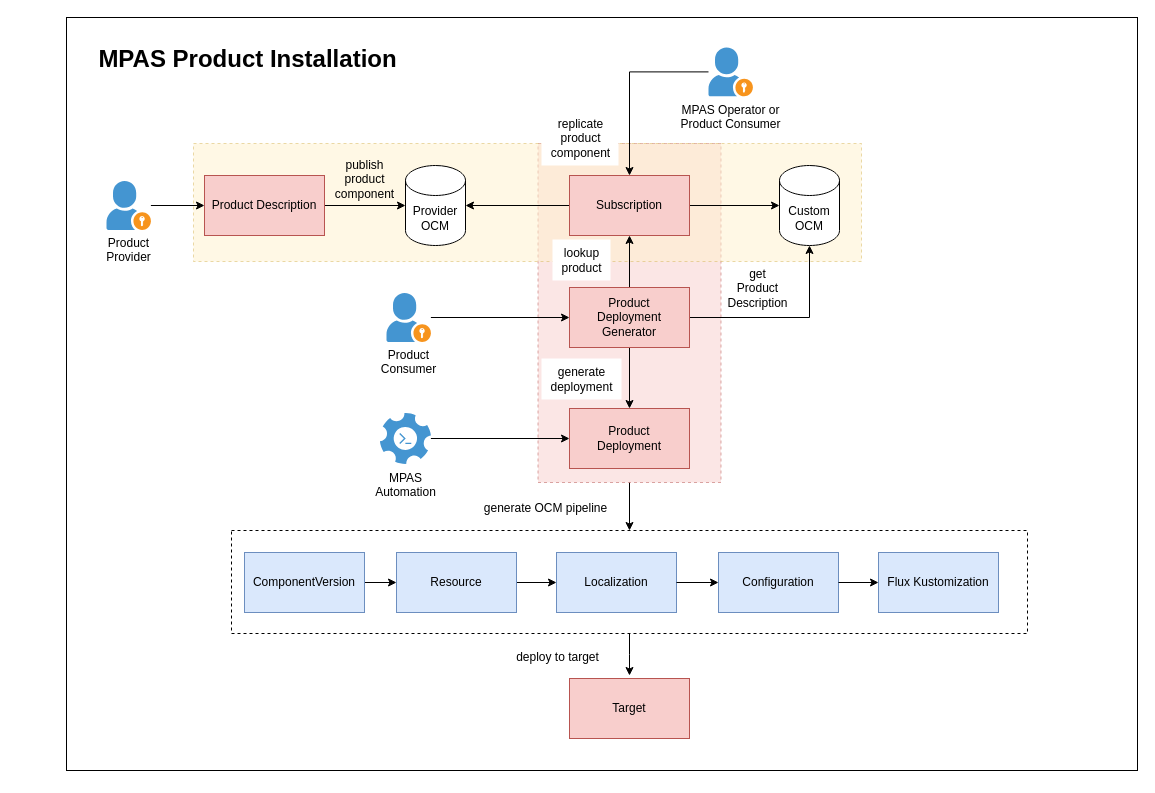
This is page "Product Installation High-level" (3 of 6) of docs/concepts/diagrams/mpas_architecture.drawio from open-component-model/MPAS, a draw.io file, before an edit. Source tidied: cells renumbered, new cells numbered last; positions are measured from the earlier drawing's top-left corner, leaving out a move shared by most shapes. Both pictures are drawn from the tidied source at 100%, with x=0, y=0 at pixel (66, 17).
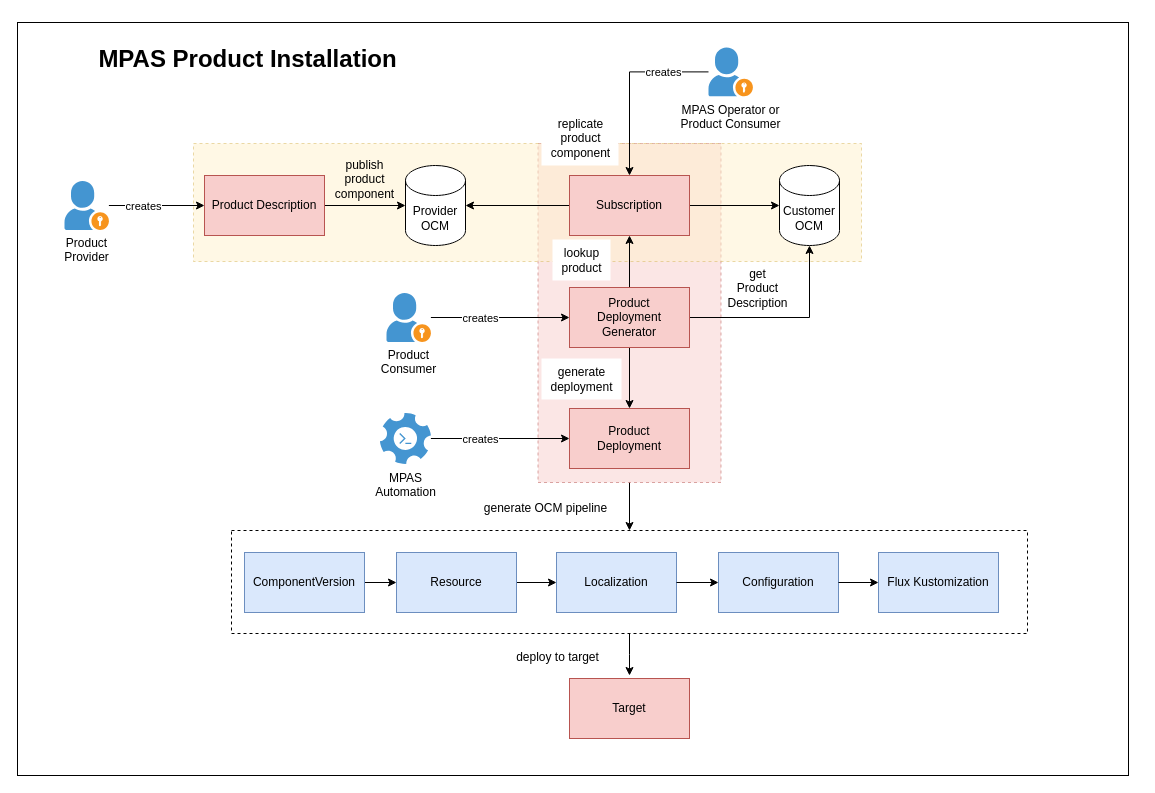
The same diagram, later.

Unchanged cells that the change refers to:
```xml
<mxCell id="8" value="Product Description" style="rounded=0;whiteSpace=wrap;html=1;fillColor=#f8cecc;strokeColor=#b85450;" parent="1" vertex="1">
  <mxGeometry x="138" y="158" width="120" height="60" as="geometry" />
</mxCell>
<mxCell id="27" style="edgeStyle=orthogonalEdgeStyle;rounded=0;jettySize=auto;html=1;" parent="1" edge="1" source="28" target="17">
  <mxGeometry relative="1" as="geometry" />
</mxCell>
<mxCell id="29" style="edgeStyle=orthogonalEdgeStyle;rounded=0;jettySize=auto;html=1;" parent="1" edge="1" source="30" target="18">
  <mxGeometry relative="1" as="geometry" />
</mxCell>
<mxCell id="31" style="edgeStyle=orthogonalEdgeStyle;rounded=0;jettySize=auto;html=1;" parent="1" edge="1" source="32" target="11">
  <mxGeometry relative="1" as="geometry" />
</mxCell>
```

Diff of the diagram source:
```diff
@@
     <mxCell id="2" style="rounded=0;whiteSpace=wrap;html=1;" parent="1" vertex="1">
-      <mxGeometry width="1071" height="753" as="geometry" />
+      <mxGeometry x="-49" y="5" width="1111" height="753" as="geometry" />
     </mxCell>
@@
-    <mxCell id="13" value="Custom&lt;br&gt;OCM" style="shape=cylinder3;whiteSpace=wrap;html=1;boundedLbl=1;backgroundOutline=1;size=15;" parent="1" vertex="1">
+    <mxCell id="13" value="Customer&lt;br&gt;OCM" style="shape=cylinder3;whiteSpace=wrap;html=1;boundedLbl=1;backgroundOutline=1;size=15;" parent="1" vertex="1">
       <mxGeometry x="713" y="148" width="60" height="80" as="geometry" />
     </mxCell>
@@
     <mxCell id="25" style="edgeStyle=orthogonalEdgeStyle;rounded=0;jettySize=auto;html=1;" parent="1" edge="1" source="26" target="8">
-      <mxGeometry relative="1" as="geometry" />
+      <mxGeometry relative="1" as="geometry">
+        <Array as="points">
+          <mxPoint x="92" y="188" />
+          <mxPoint x="92" y="188" />
+        </Array>
+      </mxGeometry>
     </mxCell>
+    <mxCell id="47" value="creates" style="edgeLabel;html=1;align=center;verticalAlign=middle;" parent="25" vertex="1">
+      <mxGeometry x="-0.77" y="2" relative="1" as="geometry">
+        <mxPoint x="23" y="2" as="offset" />
+      </mxGeometry>
+    </mxCell>
     <mxCell id="26" value="Product&lt;br&gt;Provider" style="shadow=0;dashed=0;html=1;strokeColor=none;fillColor=#4495D1;labelPosition=center;verticalLabelPosition=bottom;verticalAlign=top;align=center;outlineConnect=0;shape=mxgraph.veeam.portal_admin;" parent="1" vertex="1">
-      <mxGeometry x="40" y="163.6" width="44.4" height="48.8" as="geometry" />
+      <mxGeometry x="-2" y="163.6" width="44.4" height="48.8" as="geometry" />
     </mxCell>
@@
+    <mxCell id="48" value="creates" style="edgeLabel;html=1;align=center;verticalAlign=middle;" parent="27" vertex="1">
+      <mxGeometry x="-0.3" y="-4" relative="1" as="geometry">
+        <mxPoint y="-4" as="offset" />
+      </mxGeometry>
+    </mxCell>
@@
+    <mxCell id="49" value="creates" style="edgeLabel;html=1;align=center;verticalAlign=middle;" parent="29" vertex="1">
+      <mxGeometry x="-0.29" relative="1" as="geometry" />
+    </mxCell>
@@
+    <mxCell id="50" value="creates" style="edgeLabel;html=1;align=center;verticalAlign=middle;" parent="31" vertex="1">
+      <mxGeometry x="-0.31" y="1" relative="1" as="geometry">
+        <mxPoint x="17" y="-1" as="offset" />
+      </mxGeometry>
+    </mxCell>
```
